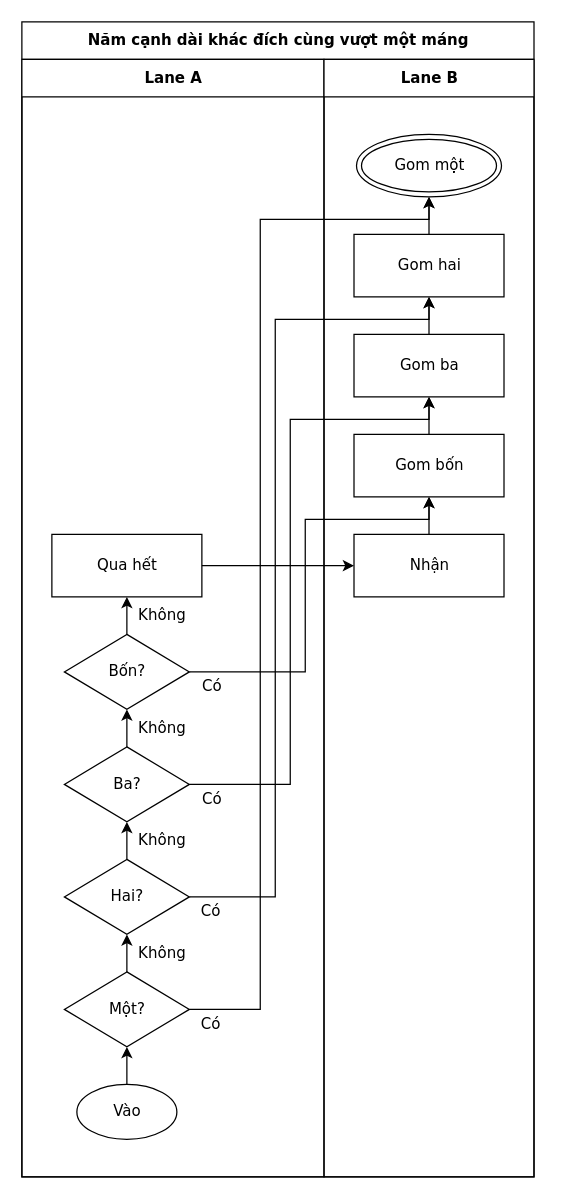
This is conformance/golden/direction/28-tracks-fan-in-BT.drawio from luytbq/flowcast, a draw.io file, before an edit. Source tidied: cells renumbered, new cells numbered last; positions are measured from the earlier drawing's top-left corner, leaving out a move shared by most shapes. Both pictures are drawn from the tidied source at 125%, with x=0, y=0 at pixel (21, 21).
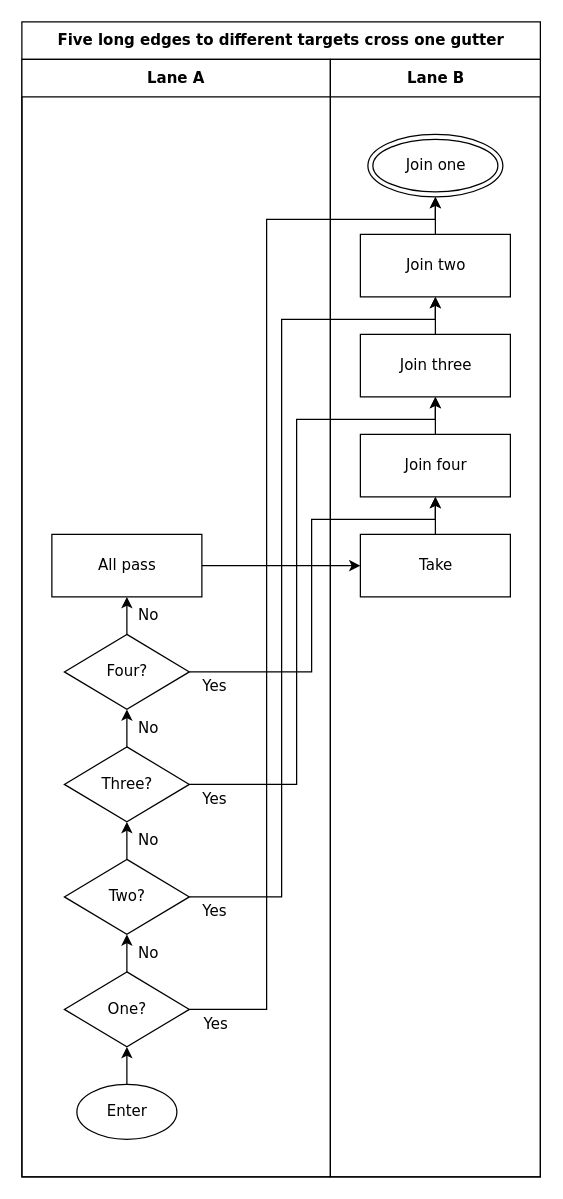
The same page after the edit.

What changed in the source:
```diff
@@
-    <mxCell id="2" value="Năm cạnh dài khác đích cùng vượt một máng" style="swimlane;html=1;startSize=30;fontStyle=1;fontFamily=Verdana;fontSize=12;flowtable=1;" parent="1" vertex="1">
-      <mxGeometry width="409.7" height="924" as="geometry" />
+    <mxCell id="2" value="Five long edges to different targets cross one gutter" style="swimlane;html=1;startSize=30;fontStyle=1;fontFamily=Verdana;fontSize=12;flowtable=1;" parent="1" vertex="1">
+      <mxGeometry width="414.8" height="924" as="geometry" />
     </mxCell>
     <mxCell id="3" value="Lane A" style="swimlane;html=1;startSize=30;fontFamily=Verdana;fontSize=12;flowtable=1;" parent="2" vertex="1">
-      <mxGeometry y="30" width="241.7" height="894" as="geometry" />
+      <mxGeometry y="30" width="246.8" height="894" as="geometry" />
     </mxCell>
     <mxCell id="4" value="Lane B" style="swimlane;html=1;startSize=30;fontFamily=Verdana;fontSize=12;flowtable=1;" parent="2" vertex="1">
-      <mxGeometry x="241.7" y="30" width="168" height="894" as="geometry" />
+      <mxGeometry x="246.8" y="30" width="168" height="894" as="geometry" />
     </mxCell>
-    <mxCell id="5" value="Vào" style="ellipse;html=1;fontFamily=Verdana;fontSize=12;flowtable=1;" parent="3" vertex="1">
+    <mxCell id="5" value="Enter" style="ellipse;html=1;fontFamily=Verdana;fontSize=12;flowtable=1;" parent="3" vertex="1">
       <mxGeometry x="44" y="820" width="80" height="44" as="geometry" />
     </mxCell>
-    <mxCell id="6" value="Một?" style="rhombus;html=1;fontFamily=Verdana;fontSize=12;flowtable=1;" parent="3" vertex="1">
+    <mxCell id="6" value="One?" style="rhombus;html=1;fontFamily=Verdana;fontSize=12;flowtable=1;" parent="3" vertex="1">
       <mxGeometry x="34" y="730" width="100" height="60" as="geometry" />
     </mxCell>
-    <mxCell id="7" value="Hai?" style="rhombus;html=1;fontFamily=Verdana;fontSize=12;flowtable=1;" parent="3" vertex="1">
+    <mxCell id="7" value="Two?" style="rhombus;html=1;fontFamily=Verdana;fontSize=12;flowtable=1;" parent="3" vertex="1">
       <mxGeometry x="34" y="640" width="100" height="60" as="geometry" />
     </mxCell>
-    <mxCell id="8" value="Ba?" style="rhombus;html=1;fontFamily=Verdana;fontSize=12;flowtable=1;" parent="3" vertex="1">
+    <mxCell id="8" value="Three?" style="rhombus;html=1;fontFamily=Verdana;fontSize=12;flowtable=1;" parent="3" vertex="1">
       <mxGeometry x="34" y="550" width="100" height="60" as="geometry" />
     </mxCell>
-    <mxCell id="9" value="Bốn?" style="rhombus;html=1;fontFamily=Verdana;fontSize=12;flowtable=1;" parent="3" vertex="1">
+    <mxCell id="9" value="Four?" style="rhombus;html=1;fontFamily=Verdana;fontSize=12;flowtable=1;" parent="3" vertex="1">
       <mxGeometry x="34" y="460" width="100" height="60" as="geometry" />
     </mxCell>
-    <mxCell id="10" value="Qua hết" style="rounded=0;html=1;fontFamily=Verdana;fontSize=12;flowtable=1;" parent="3" vertex="1">
+    <mxCell id="10" value="All pass" style="rounded=0;html=1;fontFamily=Verdana;fontSize=12;flowtable=1;" parent="3" vertex="1">
       <mxGeometry x="24" y="380" width="120" height="50" as="geometry" />
     </mxCell>
-    <mxCell id="11" value="Nhận" style="rounded=0;html=1;fontFamily=Verdana;fontSize=12;flowtable=1;" parent="4" vertex="1">
+    <mxCell id="11" value="Take" style="rounded=0;html=1;fontFamily=Verdana;fontSize=12;flowtable=1;" parent="4" vertex="1">
       <mxGeometry x="24" y="380" width="120" height="50" as="geometry" />
     </mxCell>
-    <mxCell id="12" value="Gom bốn" style="rounded=0;html=1;fontFamily=Verdana;fontSize=12;flowtable=1;" parent="4" vertex="1">
+    <mxCell id="12" value="Join four" style="rounded=0;html=1;fontFamily=Verdana;fontSize=12;flowtable=1;" parent="4" vertex="1">
       <mxGeometry x="24" y="300" width="120" height="50" as="geometry" />
     </mxCell>
-    <mxCell id="13" value="Gom ba" style="rounded=0;html=1;fontFamily=Verdana;fontSize=12;flowtable=1;" parent="4" vertex="1">
+    <mxCell id="13" value="Join three" style="rounded=0;html=1;fontFamily=Verdana;fontSize=12;flowtable=1;" parent="4" vertex="1">
       <mxGeometry x="24" y="220" width="120" height="50" as="geometry" />
     </mxCell>
-    <mxCell id="14" value="Gom hai" style="rounded=0;html=1;fontFamily=Verdana;fontSize=12;flowtable=1;" parent="4" vertex="1">
+    <mxCell id="14" value="Join two" style="rounded=0;html=1;fontFamily=Verdana;fontSize=12;flowtable=1;" parent="4" vertex="1">
       <mxGeometry x="24" y="140" width="120" height="50" as="geometry" />
     </mxCell>
-    <mxCell id="15" value="Gom một" style="shape=doubleEllipse;html=1;fontFamily=Verdana;fontSize=12;flowtable=1;" parent="4" vertex="1">
-      <mxGeometry x="26" y="60" width="116" height="50" as="geometry" />
+    <mxCell id="15" value="Join one" style="shape=doubleEllipse;html=1;fontFamily=Verdana;fontSize=12;flowtable=1;" parent="4" vertex="1">
+      <mxGeometry x="30" y="60" width="108" height="50" as="geometry" />
     </mxCell>
@@
-    <mxCell id="17" value="Có" style="edgeStyle=orthogonalEdgeStyle;rounded=0;jettySize=auto;html=1;labelBackgroundColor=default;exitX=1;exitY=0.5;exitDx=0;exitDy=0;entryX=0.5;entryY=1;entryDx=0;entryDy=0;fontFamily=Verdana;fontSize=12;flowtable=1;" parent="2" edge="1" source="6" target="15">
-      <mxGeometry x="-0.96" relative="1" as="geometry">
+    <mxCell id="17" value="Yes" style="edgeStyle=orthogonalEdgeStyle;rounded=0;jettySize=auto;html=1;labelBackgroundColor=default;exitX=1;exitY=0.5;exitDx=0;exitDy=0;entryX=0.5;entryY=1;entryDx=0;entryDy=0;fontFamily=Verdana;fontSize=12;flowtable=1;" parent="2" edge="1" source="6" target="15">
+      <mxGeometry x="-0.95" relative="1" as="geometry">
         <Array as="points">
-          <mxPoint x="190.7" y="790" />
-          <mxPoint x="190.7" y="158" />
-          <mxPoint x="325.7" y="158" />
+          <mxPoint x="195.8" y="790" />
+          <mxPoint x="195.8" y="158" />
+          <mxPoint x="330.8" y="158" />
         </Array>
         <mxPoint y="11.5" as="offset" />
       </mxGeometry>
     </mxCell>
-    <mxCell id="18" value="Không" style="edgeStyle=orthogonalEdgeStyle;rounded=0;jettySize=auto;html=1;labelBackgroundColor=default;exitX=0.5;exitY=0;exitDx=0;exitDy=0;entryX=0.5;entryY=1;entryDx=0;entryDy=0;fontFamily=Verdana;fontSize=12;flowtable=1;" parent="2" edge="1" source="6" target="7">
+    <mxCell id="18" value="No" style="edgeStyle=orthogonalEdgeStyle;rounded=0;jettySize=auto;html=1;labelBackgroundColor=default;exitX=0.5;exitY=0;exitDx=0;exitDy=0;entryX=0.5;entryY=1;entryDx=0;entryDy=0;fontFamily=Verdana;fontSize=12;flowtable=1;" parent="2" edge="1" source="6" target="7">
       <mxGeometry x="-0.03" relative="1" as="geometry">
-        <mxPoint x="28.1" as="offset" />
+        <mxPoint x="17.1" as="offset" />
       </mxGeometry>
     </mxCell>
-    <mxCell id="19" value="Có" style="edgeStyle=orthogonalEdgeStyle;rounded=0;jettySize=auto;html=1;labelBackgroundColor=default;exitX=1;exitY=0.5;exitDx=0;exitDy=0;entryX=0.5;entryY=1;entryDx=0;entryDy=0;fontFamily=Verdana;fontSize=12;flowtable=1;" parent="2" edge="1" source="7" target="14">
-      <mxGeometry x="-0.95" relative="1" as="geometry">
+    <mxCell id="19" value="Yes" style="edgeStyle=orthogonalEdgeStyle;rounded=0;jettySize=auto;html=1;labelBackgroundColor=default;exitX=1;exitY=0.5;exitDx=0;exitDy=0;entryX=0.5;entryY=1;entryDx=0;entryDy=0;fontFamily=Verdana;fontSize=12;flowtable=1;" parent="2" edge="1" source="7" target="14">
+      <mxGeometry x="-0.94" relative="1" as="geometry">
         <Array as="points">
-          <mxPoint x="202.7" y="700" />
-          <mxPoint x="202.7" y="238" />
-          <mxPoint x="325.7" y="238" />
+          <mxPoint x="207.8" y="700" />
+          <mxPoint x="207.8" y="238" />
+          <mxPoint x="330.8" y="238" />
         </Array>
         <mxPoint y="11.5" as="offset" />
       </mxGeometry>
     </mxCell>
-    <mxCell id="20" value="Không" style="edgeStyle=orthogonalEdgeStyle;rounded=0;jettySize=auto;html=1;labelBackgroundColor=default;exitX=0.5;exitY=0;exitDx=0;exitDy=0;entryX=0.5;entryY=1;entryDx=0;entryDy=0;fontFamily=Verdana;fontSize=12;flowtable=1;" parent="2" edge="1" source="7" target="8">
+    <mxCell id="20" value="No" style="edgeStyle=orthogonalEdgeStyle;rounded=0;jettySize=auto;html=1;labelBackgroundColor=default;exitX=0.5;exitY=0;exitDx=0;exitDy=0;entryX=0.5;entryY=1;entryDx=0;entryDy=0;fontFamily=Verdana;fontSize=12;flowtable=1;" parent="2" edge="1" source="7" target="8">
       <mxGeometry x="-0.03" relative="1" as="geometry">
-        <mxPoint x="28.1" as="offset" />
+        <mxPoint x="17.1" as="offset" />
       </mxGeometry>
     </mxCell>
-    <mxCell id="21" value="Có" style="edgeStyle=orthogonalEdgeStyle;rounded=0;jettySize=auto;html=1;labelBackgroundColor=default;exitX=1;exitY=0.5;exitDx=0;exitDy=0;entryX=0.5;entryY=1;entryDx=0;entryDy=0;fontFamily=Verdana;fontSize=12;flowtable=1;" parent="2" edge="1" source="8" target="13">
-      <mxGeometry x="-0.93" relative="1" as="geometry">
+    <mxCell id="21" value="Yes" style="edgeStyle=orthogonalEdgeStyle;rounded=0;jettySize=auto;html=1;labelBackgroundColor=default;exitX=1;exitY=0.5;exitDx=0;exitDy=0;entryX=0.5;entryY=1;entryDx=0;entryDy=0;fontFamily=Verdana;fontSize=12;flowtable=1;" parent="2" edge="1" source="8" target="13">
+      <mxGeometry x="-0.92" relative="1" as="geometry">
         <Array as="points">
-          <mxPoint x="214.7" y="610" />
-          <mxPoint x="214.7" y="318" />
-          <mxPoint x="325.7" y="318" />
+          <mxPoint x="219.8" y="610" />
+          <mxPoint x="219.8" y="318" />
+          <mxPoint x="330.8" y="318" />
         </Array>
         <mxPoint y="11.5" as="offset" />
       </mxGeometry>
     </mxCell>
-    <mxCell id="22" value="Không" style="edgeStyle=orthogonalEdgeStyle;rounded=0;jettySize=auto;html=1;labelBackgroundColor=default;exitX=0.5;exitY=0;exitDx=0;exitDy=0;entryX=0.5;entryY=1;entryDx=0;entryDy=0;fontFamily=Verdana;fontSize=12;flowtable=1;" parent="2" edge="1" source="8" target="9">
+    <mxCell id="22" value="No" style="edgeStyle=orthogonalEdgeStyle;rounded=0;jettySize=auto;html=1;labelBackgroundColor=default;exitX=0.5;exitY=0;exitDx=0;exitDy=0;entryX=0.5;entryY=1;entryDx=0;entryDy=0;fontFamily=Verdana;fontSize=12;flowtable=1;" parent="2" edge="1" source="8" target="9">
       <mxGeometry x="-0.03" relative="1" as="geometry">
-        <mxPoint x="28.1" as="offset" />
+        <mxPoint x="17.1" as="offset" />
       </mxGeometry>
     </mxCell>
-    <mxCell id="23" value="Có" style="edgeStyle=orthogonalEdgeStyle;rounded=0;jettySize=auto;html=1;labelBackgroundColor=default;exitX=1;exitY=0.5;exitDx=0;exitDy=0;entryX=0.5;entryY=1;entryDx=0;entryDy=0;fontFamily=Verdana;fontSize=12;flowtable=1;" parent="2" edge="1" source="9" target="12">
-      <mxGeometry x="-0.89" relative="1" as="geometry">
+    <mxCell id="23" value="Yes" style="edgeStyle=orthogonalEdgeStyle;rounded=0;jettySize=auto;html=1;labelBackgroundColor=default;exitX=1;exitY=0.5;exitDx=0;exitDy=0;entryX=0.5;entryY=1;entryDx=0;entryDy=0;fontFamily=Verdana;fontSize=12;flowtable=1;" parent="2" edge="1" source="9" target="12">
+      <mxGeometry x="-0.88" relative="1" as="geometry">
         <Array as="points">
-          <mxPoint x="226.7" y="520" />
-          <mxPoint x="226.7" y="398" />
-          <mxPoint x="325.7" y="398" />
+          <mxPoint x="231.8" y="520" />
+          <mxPoint x="231.8" y="398" />
+          <mxPoint x="330.8" y="398" />
         </Array>
         <mxPoint y="11.5" as="offset" />
       </mxGeometry>
     </mxCell>
-    <mxCell id="24" value="Không" style="edgeStyle=orthogonalEdgeStyle;rounded=0;jettySize=auto;html=1;labelBackgroundColor=default;exitX=0.5;exitY=0;exitDx=0;exitDy=0;entryX=0.5;entryY=1;entryDx=0;entryDy=0;fontFamily=Verdana;fontSize=12;flowtable=1;" parent="2" edge="1" source="9" target="10">
+    <mxCell id="24" value="No" style="edgeStyle=orthogonalEdgeStyle;rounded=0;jettySize=auto;html=1;labelBackgroundColor=default;exitX=0.5;exitY=0;exitDx=0;exitDy=0;entryX=0.5;entryY=1;entryDx=0;entryDy=0;fontFamily=Verdana;fontSize=12;flowtable=1;" parent="2" edge="1" source="9" target="10">
       <mxGeometry x="-0.03" relative="1" as="geometry">
-        <mxPoint x="28.1" as="offset" />
+        <mxPoint x="17.1" as="offset" />
       </mxGeometry>
     </mxCell>
```
